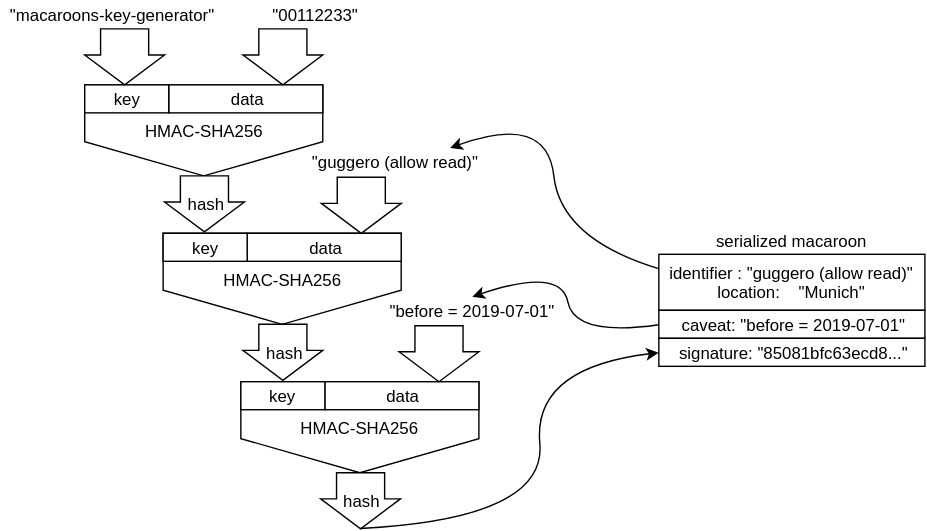
guggero/lightning-workshop keeps this draw.io diagram as img/slides-06/macaroons-hash-chain-example.svg. Above is the earlier version. Source tidied: cells renumbered, new cells last; positions are measured from the earlier drawing's top-left corner, leaving out a move shared by most shapes.
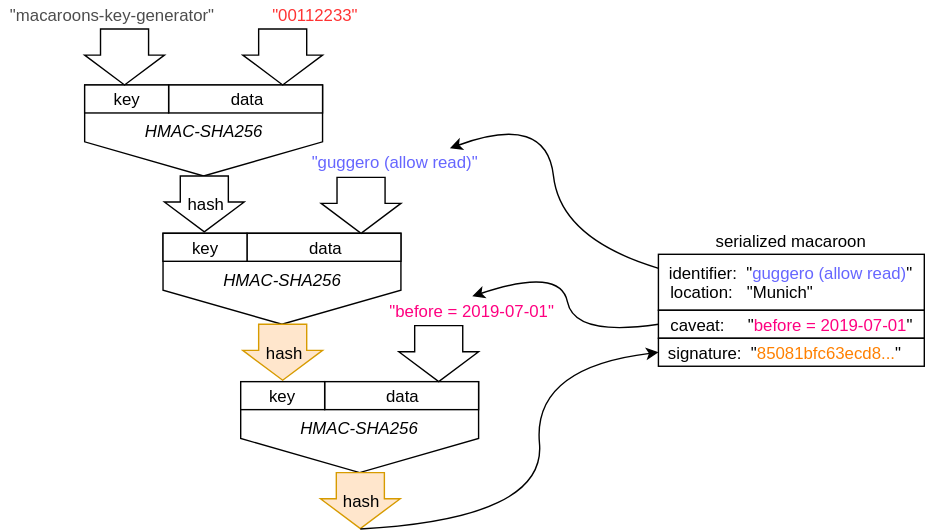
Above is the later version.

Change to the diagram source:
```diff
@@ -2,16 +2,16 @@
   <root>
     <mxCell id="0" />
     <mxCell id="1" parent="0" />
-    <mxCell id="2" value="&lt;font style=&quot;font-size: 12px&quot;&gt;&quot;macaroons-key-generator&quot;&lt;/font&gt;" style="text;html=1;strokeColor=none;fillColor=none;align=center;verticalAlign=middle;whiteSpace=wrap;rounded=0;" parent="1" vertex="1">
+    <mxCell id="2" value="&lt;font style=&quot;font-size: 12px&quot;&gt;&quot;macaroons-key-generator&quot;&lt;/font&gt;" style="text;html=1;strokeColor=none;fillColor=none;align=center;verticalAlign=middle;whiteSpace=wrap;rounded=0;fontColor=#4D4D4D;" parent="1" vertex="1">
       <mxGeometry width="160" height="20" as="geometry" />
     </mxCell>
-    <mxCell id="3" value="&lt;font style=&quot;font-size: 12px&quot;&gt;&quot;00112233&quot;&lt;/font&gt;" style="text;html=1;strokeColor=none;fillColor=none;align=center;verticalAlign=middle;whiteSpace=wrap;rounded=0;" parent="1" vertex="1">
+    <mxCell id="3" value="&lt;font style=&quot;font-size: 12px&quot;&gt;&quot;00112233&quot;&lt;/font&gt;" style="text;html=1;strokeColor=none;fillColor=none;align=center;verticalAlign=middle;whiteSpace=wrap;rounded=0;fontColor=#FF3333;" parent="1" vertex="1">
       <mxGeometry x="145" width="160" height="20" as="geometry" />
     </mxCell>
     <mxCell id="4" style="group;" parent="1" vertex="1">
       <mxGeometry x="60" y="20" width="170" height="145" as="geometry" />
     </mxCell>
-    <mxCell id="5" value="HMAC-SHA256" style="shape=offPageConnector;whiteSpace=wrap;html=1;" parent="4" vertex="1">
+    <mxCell id="5" value="&lt;i&gt;HMAC-SHA256&lt;/i&gt;" style="shape=offPageConnector;whiteSpace=wrap;html=1;" parent="4" vertex="1">
       <mxGeometry y="40" width="170" height="65" as="geometry" />
     </mxCell>
     <mxCell id="6" value="hash" style="shape=singleArrow;direction=south;whiteSpace=wrap;html=1;arrowWidth=0.6023013304566647;arrowSize=0.5339805825242727;" parent="4" vertex="1">
@@ -32,10 +32,10 @@
     <mxCell id="11" style="group;" parent="1" vertex="1">
       <mxGeometry x="116" y="126" width="170" height="145" as="geometry" />
     </mxCell>
-    <mxCell id="12" value="HMAC-SHA256" style="shape=offPageConnector;whiteSpace=wrap;html=1;" parent="11" vertex="1">
+    <mxCell id="12" value="&lt;i&gt;HMAC-SHA256&lt;/i&gt;" style="shape=offPageConnector;whiteSpace=wrap;html=1;" parent="11" vertex="1">
       <mxGeometry y="40" width="170" height="65" as="geometry" />
     </mxCell>
-    <mxCell id="13" value="hash" style="shape=singleArrow;direction=south;whiteSpace=wrap;html=1;arrowWidth=0.6023013304566647;arrowSize=0.5339805825242727;" parent="11" vertex="1">
+    <mxCell id="13" value="hash" style="shape=singleArrow;direction=south;whiteSpace=wrap;html=1;arrowWidth=0.6023013304566647;arrowSize=0.5339805825242727;fillColor=#ffe6cc;strokeColor=#d79b00;" parent="11" vertex="1">
       <mxGeometry x="57" y="105" width="57" height="40" as="geometry" />
     </mxCell>
     <mxCell id="14" value="data" style="rounded=0;whiteSpace=wrap;html=1;" parent="11" vertex="1">
@@ -50,10 +50,10 @@
     <mxCell id="17" style="group;" parent="1" vertex="1">
       <mxGeometry x="171.5" y="232" width="170" height="145" as="geometry" />
     </mxCell>
-    <mxCell id="18" value="HMAC-SHA256" style="shape=offPageConnector;whiteSpace=wrap;html=1;" parent="17" vertex="1">
+    <mxCell id="18" value="&lt;i&gt;HMAC-SHA256&lt;/i&gt;" style="shape=offPageConnector;whiteSpace=wrap;html=1;" parent="17" vertex="1">
       <mxGeometry y="40" width="170" height="65" as="geometry" />
     </mxCell>
-    <mxCell id="19" value="hash" style="shape=singleArrow;direction=south;whiteSpace=wrap;html=1;arrowWidth=0.6023013304566647;arrowSize=0.5339805825242727;" parent="17" vertex="1">
+    <mxCell id="19" value="hash" style="shape=singleArrow;direction=south;whiteSpace=wrap;html=1;arrowWidth=0.6023013304566647;arrowSize=0.5339805825242727;fillColor=#ffe6cc;strokeColor=#d79b00;" parent="17" vertex="1">
       <mxGeometry x="57" y="105" width="57" height="40" as="geometry" />
     </mxCell>
     <mxCell id="20" value="data" style="rounded=0;whiteSpace=wrap;html=1;" parent="17" vertex="1">
@@ -65,22 +65,22 @@
     <mxCell id="22" style="shape=singleArrow;direction=south;whiteSpace=wrap;html=1;arrowWidth=0.6023013304566647;arrowSize=0.5339805825242727;" parent="17" vertex="1">
       <mxGeometry x="113" width="57" height="40" as="geometry" />
     </mxCell>
-    <mxCell id="23" value="&lt;font style=&quot;font-size: 12px&quot;&gt;&quot;guggero (allow read)&quot;&lt;/font&gt;" style="text;html=1;strokeColor=none;fillColor=none;align=center;verticalAlign=middle;whiteSpace=wrap;rounded=0;" parent="1" vertex="1">
+    <mxCell id="23" value="&lt;font style=&quot;font-size: 12px&quot;&gt;&quot;guggero (allow read)&quot;&lt;/font&gt;" style="text;html=1;strokeColor=none;fillColor=none;align=center;verticalAlign=middle;whiteSpace=wrap;rounded=0;fontColor=#6666FF;" parent="1" vertex="1">
       <mxGeometry x="201" y="105" width="160" height="20" as="geometry" />
     </mxCell>
-    <mxCell id="24" value="&lt;font style=&quot;font-size: 12px&quot;&gt;&quot;before = 2019-07-01&quot;&lt;/font&gt;" style="text;html=1;strokeColor=none;fillColor=none;align=center;verticalAlign=middle;whiteSpace=wrap;rounded=0;" parent="1" vertex="1">
+    <mxCell id="24" value="&lt;font style=&quot;font-size: 12px&quot;&gt;&quot;before = 2019-07-01&quot;&lt;/font&gt;" style="text;html=1;strokeColor=none;fillColor=none;align=center;verticalAlign=middle;whiteSpace=wrap;rounded=0;fontColor=#FF0080;" parent="1" vertex="1">
       <mxGeometry x="257" y="211" width="160" height="20" as="geometry" />
     </mxCell>
-    <mxCell id="25" value="identifier : &quot;guggero (allow read)&quot;&amp;nbsp;&lt;br&gt;location:&amp;nbsp; &amp;nbsp; &quot;Munich&quot;&amp;nbsp;&lt;br&gt;" style="rounded=0;whiteSpace=wrap;html=1;" parent="1" vertex="1">
+    <mxCell id="25" value="identifier:&amp;nbsp; &quot;&lt;font color=&quot;#6666ff&quot;&gt;guggero (allow read)&lt;/font&gt;&quot;&amp;nbsp;&lt;br&gt;location:&amp;nbsp; &amp;nbsp;&quot;Munich&quot;&amp;nbsp; &amp;nbsp; &amp;nbsp; &amp;nbsp; &amp;nbsp; &amp;nbsp; &amp;nbsp; &amp;nbsp; &amp;nbsp; &amp;nbsp; &amp;nbsp;&amp;nbsp;&lt;br&gt;" style="rounded=0;whiteSpace=wrap;html=1;" parent="1" vertex="1">
       <mxGeometry x="470" y="181" width="190" height="40" as="geometry" />
     </mxCell>
     <mxCell id="26" value="&lt;font style=&quot;font-size: 12px&quot;&gt;serialized macaroon&lt;/font&gt;" style="text;html=1;strokeColor=none;fillColor=none;align=center;verticalAlign=middle;whiteSpace=wrap;rounded=0;" parent="1" vertex="1">
       <mxGeometry x="485" y="161" width="160" height="20" as="geometry" />
     </mxCell>
-    <mxCell id="27" value="caveat: &quot;before = 2019-07-01&quot;" style="rounded=0;whiteSpace=wrap;html=1;" parent="1" vertex="1">
+    <mxCell id="27" value="caveat:&amp;nbsp; &amp;nbsp; &amp;nbsp;&quot;&lt;font color=&quot;#ff0080&quot;&gt;before = 2019-07-01&lt;/font&gt;&quot;" style="rounded=0;whiteSpace=wrap;html=1;fillColor=#FFFFFF;" parent="1" vertex="1">
       <mxGeometry x="470" y="221" width="190" height="20" as="geometry" />
     </mxCell>
-    <mxCell id="28" value="signature: &quot;85081bfc63ecd8...&quot;" style="rounded=0;whiteSpace=wrap;html=1;" parent="1" vertex="1">
+    <mxCell id="28" value="signature:&amp;nbsp; &quot;&lt;font color=&quot;#ff8000&quot;&gt;85081bfc63ecd8...&lt;/font&gt;&quot;&amp;nbsp; &amp;nbsp;" style="rounded=0;whiteSpace=wrap;html=1;fillColor=#ffffff;strokeColor=#000000;" parent="1" vertex="1">
       <mxGeometry x="470" y="241" width="190" height="20" as="geometry" />
     </mxCell>
     <mxCell id="29" style="curved=1;endArrow=classic;html=1;exitX=0;exitY=0.25;exitDx=0;exitDy=0;entryX=0.75;entryY=0;entryDx=0;entryDy=0;" parent="1" edge="1" source="25" target="23">
```
